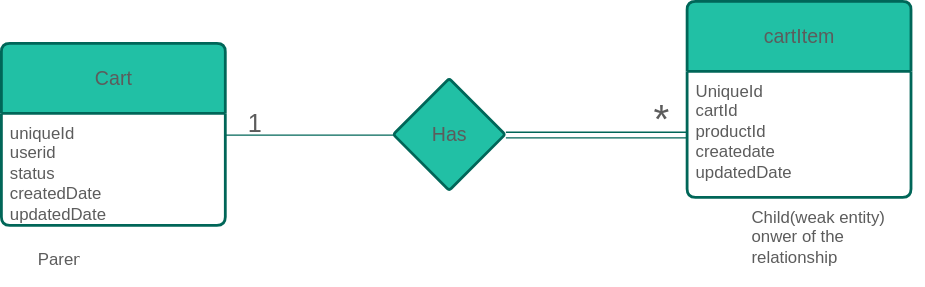
The draw.io diagram System Design/Database/cartt_service_databse.drawio.svg in Sandesh12adk/Daraz, before a commit. Source tidied: cells renumbered, new cells last; positions are measured from the earlier drawing's top-left corner, leaving out a move shared by most shapes.
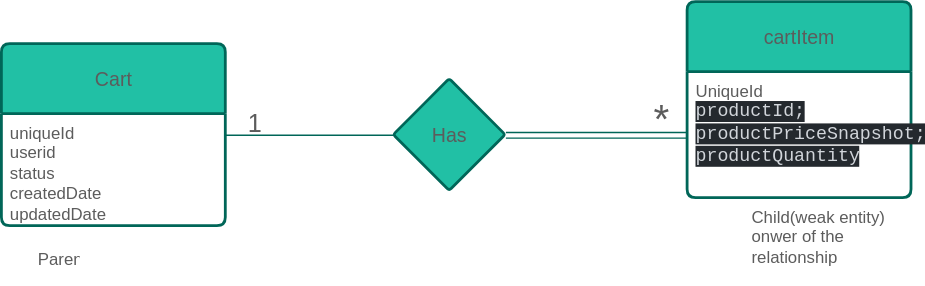
Later version of the same file.

The edit, as a diff of the source:
```diff
@@ -14,7 +14,7 @@
     <mxCell id="5" value="cartItem" style="swimlane;horizontal=1;startSize=50;rounded=1;fontSize=14;fontStyle=0;strokeWidth=2;shadow=0;dashed=0;align=center;arcSize=4;whiteSpace=wrap;html=1;labelBackgroundColor=none;fillColor=#21C0A5;strokeColor=#006658;fontColor=#5C5C5C;" parent="1" vertex="1">
       <mxGeometry x="490" width="160" height="140" as="geometry" />
     </mxCell>
-    <mxCell id="6" value="UniqueId&lt;div&gt;cartId&lt;/div&gt;&lt;div&gt;productId&lt;/div&gt;&lt;div&gt;createdate&lt;/div&gt;&lt;div&gt;updatedDate&lt;/div&gt;" style="align=left;strokeColor=none;fillColor=none;spacingLeft=4;spacingRight=4;fontSize=12;verticalAlign=top;html=1;whiteSpace=wrap;labelBackgroundColor=none;fontColor=#5C5C5C;rounded=1;" parent="5" vertex="1">
+    <mxCell id="6" value="UniqueId&lt;div&gt;&lt;span style=&quot;font-family: &amp;quot;JetBrains Mono&amp;quot;, monospace; font-size: 9.8pt; background-color: rgb(36, 41, 46); color: rgb(209, 213, 218);&quot;&gt;productId;&lt;/span&gt;&lt;/div&gt;&lt;div&gt;&lt;span style=&quot;font-family: &amp;quot;JetBrains Mono&amp;quot;, monospace; font-size: 9.8pt; background-color: rgb(36, 41, 46); color: rgb(209, 213, 218);&quot;&gt;productPriceSnapshot;&lt;/span&gt;&lt;/div&gt;&lt;div&gt;&lt;span style=&quot;font-family: &amp;quot;JetBrains Mono&amp;quot;, monospace; font-size: 9.8pt; background-color: rgb(36, 41, 46); color: rgb(209, 213, 218);&quot;&gt;productQuantity&lt;/span&gt;&lt;/div&gt;" style="align=left;strokeColor=none;fillColor=none;spacingLeft=4;spacingRight=4;fontSize=12;verticalAlign=top;html=1;whiteSpace=wrap;labelBackgroundColor=none;fontColor=#5C5C5C;rounded=1;" parent="5" vertex="1">
       <mxGeometry y="50" width="160" height="90" as="geometry" />
     </mxCell>
     <mxCell id="7" style="edgeStyle=orthogonalEdgeStyle;rounded=1;jettySize=auto;html=1;strokeColor=#006658;fontColor=default;shape=link;labelBackgroundColor=none;" parent="1" edge="1" source="8" target="6">
```
